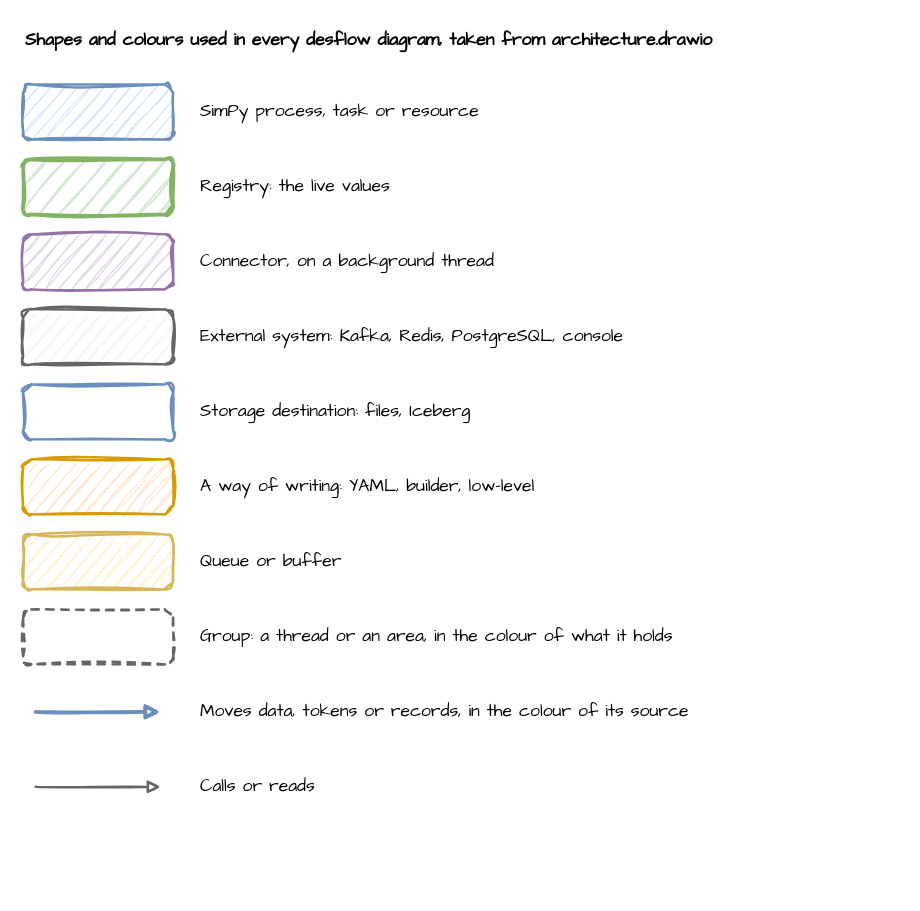
Above: docs/assets/diagrams/_legend.drawio in jaehyeon-kim/desflow (draw.io), before the change. Source tidied: cells renumbered, new cells numbered last; positions are measured from the earlier drawing's top-left corner, leaving out a move shared by most shapes. Both pictures are drawn from the tidied source at 125%, with x=0, y=0 at pixel (22, 21).
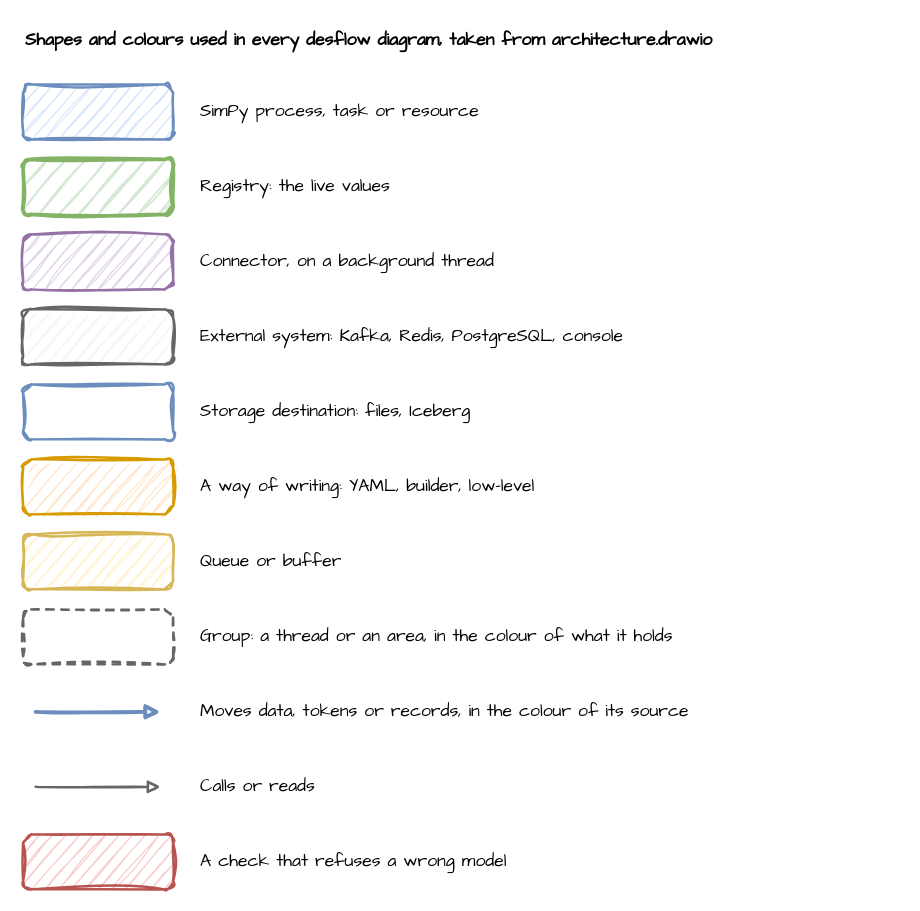
After the change.

What changed in the source:
```diff
@@
+    <mxCell id="27" style="rounded=1;whiteSpace=wrap;html=1;sketch=1;curveFitting=1;jiggle=2;fontFamily=Comic Sans MS;fontSize=14;fillColor=#f8cecc;strokeColor=#b85450;strokeWidth=2;" parent="1" vertex="1">
+      <mxGeometry y="650" width="120" height="44" as="geometry" />
+    </mxCell>
+    <mxCell id="28" value="A check that refuses a wrong model" style="text;html=1;align=left;verticalAlign=middle;whiteSpace=wrap;fontFamily=Comic Sans MS;fontSize=14;" parent="1" vertex="1">
+      <mxGeometry x="140" y="650" width="520" height="44" as="geometry" />
+    </mxCell>
```
